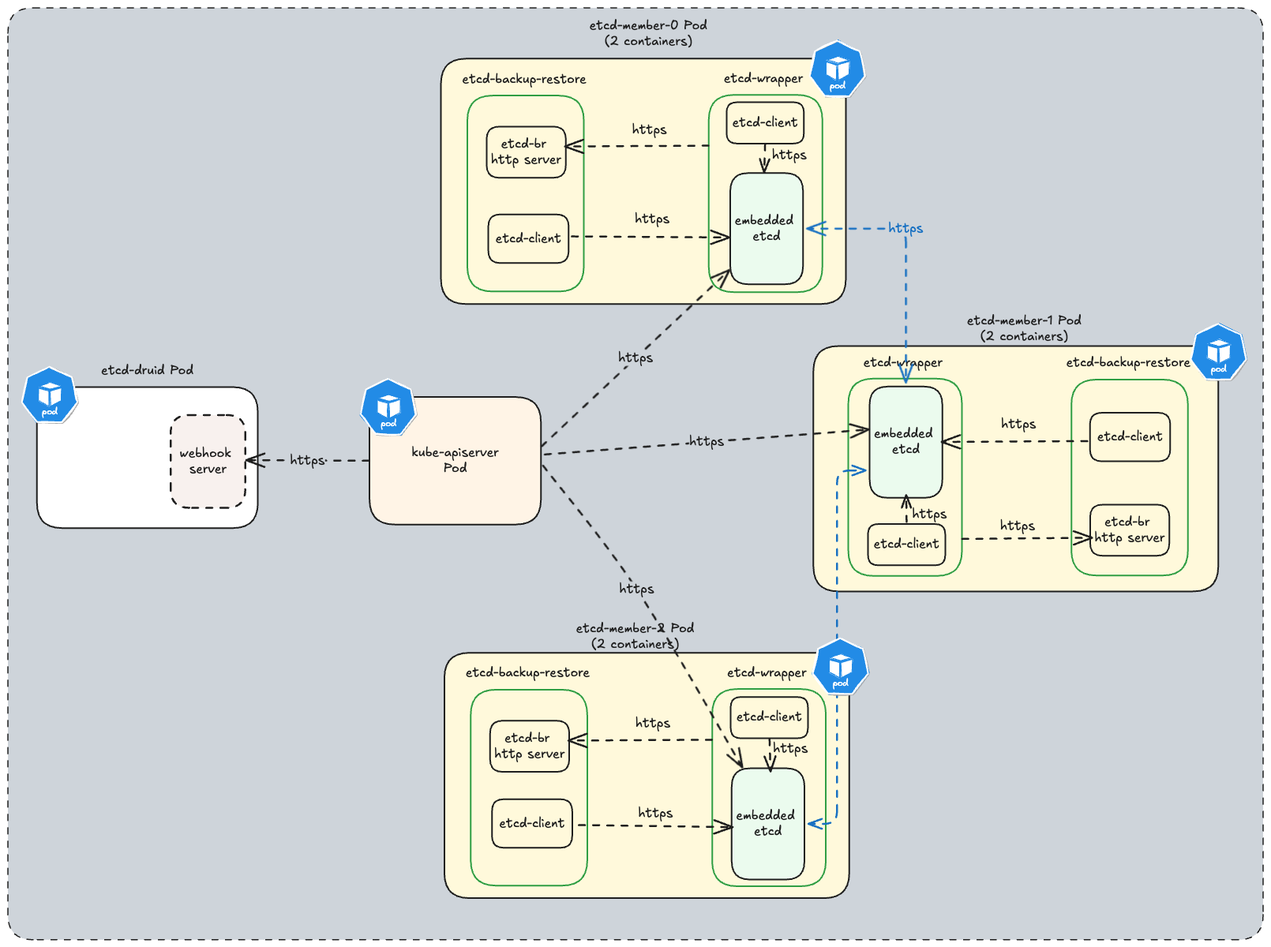
gardener/etcd-druid keeps this Excalidraw diagram as docs/assets/images/tls-communication-lines.excalidraw.png. Above is the earlier version. Source tidied: one line per element, renumbered; positions are measured from the earlier drawing's top-left corner, leaving out a move shared by most shapes.
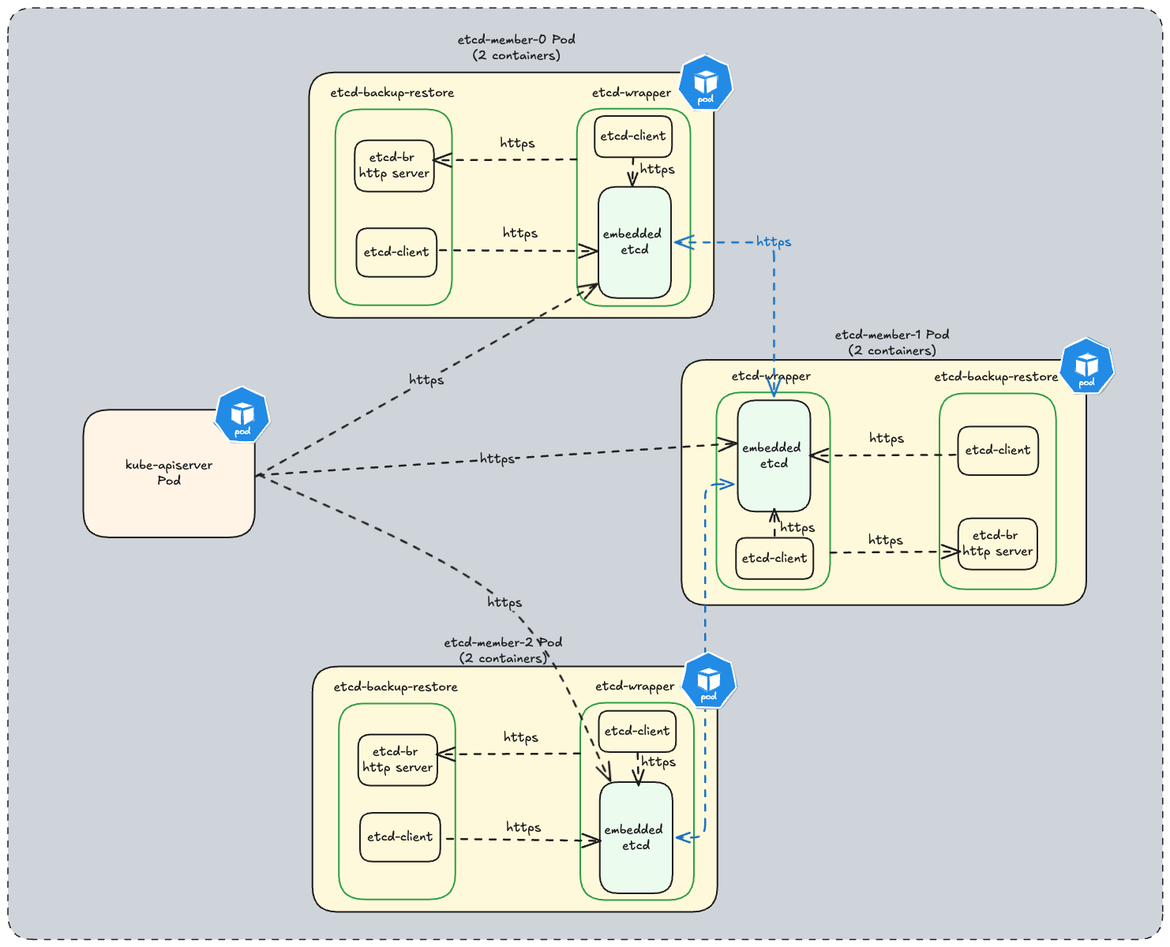
The same diagram one commit later.

Change to the diagram source:
```diff
@@ -1,4 +1,4 @@
-{"id": 0, "type": "rectangle", "strokeColor": "#1e1e1e", "backgroundColor": "#ced4da", "fillStyle": "solid", "strokeWidth": 1, "strokeStyle": "dashed", "roughness": 0, "round": true, "x": 0, "y": 0, "width": 1590, "height": 1181}
+{"id": 0, "type": "rectangle", "strokeColor": "#1e1e1e", "backgroundColor": "#ced4da", "fillStyle": "solid", "strokeWidth": 1, "strokeStyle": "dashed", "roughness": 0, "round": true, "x": 167, "y": -17, "width": 1463, "height": 1180}
 {"id": 1, "type": "rectangle", "strokeColor": "#1e1e1e", "backgroundColor": "#fff9db", "fillStyle": "solid", "strokeWidth": 2, "roughness": 0, "round": true, "x": 549, "y": 64, "width": 513, "height": 311}
 {"id": 2, "type": "rectangle", "strokeColor": "#2f9e44", "strokeWidth": 2, "roughness": 0, "round": true, "x": 582, "y": 111, "width": 148, "height": 248}
 {"id": 3, "type": "rectangle", "strokeColor": "#2f9e44", "strokeWidth": 2, "roughness": 0, "round": true, "x": 888, "y": 110, "width": 144, "height": 250}
@@ -39,23 +39,17 @@
 {"id": 38, "type": "text", "text": "https", "strokeColor": "#1e1e1e", "strokeWidth": 2, "roughness": 0, "fontSize": 16, "fontFamily": 5, "x": 795, "y": 897, "width": 45, "height": 20}
 {"id": 39, "type": "text", "text": "https", "strokeColor": "#1e1e1e", "strokeWidth": 2, "roughness": 0, "fontSize": 16, "fontFamily": 5, "x": 799, "y": 1011, "width": 45, "height": 20}
 {"id": 40, "type": "text", "text": "etcd-member-2 Pod\n(2 containers)", "strokeColor": "#1e1e1e", "strokeWidth": 2, "roughness": 0, "fontSize": 16, "fontFamily": 5, "textAlign": "center", "x": 720, "y": 777, "width": 150, "height": 40}
-{"id": 41, "type": "rectangle", "strokeColor": "#1e1e1e", "backgroundColor": "#fff4e6", "fillStyle": "solid", "strokeWidth": 2, "roughness": 0, "round": true, "x": 458, "y": 493, "width": 217, "height": 162}
+{"id": 41, "type": "rectangle", "strokeColor": "#1e1e1e", "backgroundColor": "#fff4e6", "fillStyle": "solid", "strokeWidth": 2, "roughness": 0, "round": true, "x": 263, "y": 492, "width": 217, "height": 162}
-{"id": 42, "type": "text", "text": "kube-apiserver\nPod", "strokeColor": "#1e1e1e", "backgroundColor": "#ffec99", "fillStyle": "solid", "strokeWidth": 2, "roughness": 0, "fontSize": 16, "fontFamily": 5, "textAlign": "center", "verticalAlign": "middle", "inside": 41, "x": 511, "y": 554, "width": 111, "height": 40}
+{"id": 42, "type": "text", "text": "kube-apiserver\nPod", "strokeColor": "#1e1e1e", "backgroundColor": "#ffec99", "fillStyle": "solid", "strokeWidth": 2, "roughness": 0, "fontSize": 16, "fontFamily": 5, "textAlign": "center", "verticalAlign": "middle", "inside": 41, "x": 316, "y": 553, "width": 111, "height": 40}
-{"id": 43, "type": "rectangle", "strokeColor": "#1e1e1e", "backgroundColor": "#ffffff", "fillStyle": "solid", "strokeWidth": 2, "roughness": 0, "round": true, "x": 37, "y": 481, "width": 280, "height": 179}
-{"id": 44, "type": "arrow", "strokeColor": "#1e1e1e", "backgroundColor": "#99e9f2", "fillStyle": "hachure", "strokeWidth": 2, "strokeStyle": "dashed", "roughness": 0, "endArrowhead": "arrow", "round": true, "from": 41, "to": 6, "x": 676, "y": 555, "width": 238, "height": 223, "points": [[0, 0], [238, -223]]}
+{"id": 44, "type": "arrow", "strokeColor": "#1e1e1e", "backgroundColor": "#99e9f2", "fillStyle": "hachure", "strokeWidth": 2, "strokeStyle": "dashed", "roughness": 0, "endArrowhead": "arrow", "round": true, "from": 41, "to": 6, "x": 481, "y": 576, "width": 433, "height": 244, "points": [[0, 0], [433, -244]]}
 {"id": 45, "type": "text", "text": "https", "strokeColor": "#1e1e1e", "backgroundColor": "#99e9f2", "fillStyle": "hachure", "strokeWidth": 2, "strokeStyle": "dashed", "roughness": 0, "fontSize": 16, "fontFamily": 5, "textAlign": "center", "verticalAlign": "middle", "inside": 44, "x": 747, "y": 408, "width": 45, "height": 20}
-{"id": 46, "type": "arrow", "strokeColor": "#1e1e1e", "backgroundColor": "#99e9f2", "fillStyle": "hachure", "strokeWidth": 2, "strokeStyle": "dashed", "roughness": 0, "endArrowhead": "arrow", "round": true, "from": 41, "to": 32, "x": 678, "y": 580, "width": 253, "height": 383, "points": [[0, 0], [119, 157], [253, 383]]}
+{"id": 46, "type": "arrow", "strokeColor": "#1e1e1e", "backgroundColor": "#99e9f2", "fillStyle": "hachure", "strokeWidth": 2, "strokeStyle": "dashed", "roughness": 0, "endArrowhead": "arrow", "round": true, "from": 41, "to": 32, "x": 485, "y": 574, "width": 445, "height": 388, "points": [[0, 0], [311, 163], [445, 388]]}
 {"id": 47, "type": "text", "text": "https", "strokeColor": "#1e1e1e", "backgroundColor": "#99e9f2", "fillStyle": "hachure", "strokeWidth": 2, "strokeStyle": "dashed", "roughness": 0, "fontSize": 16, "fontFamily": 5, "textAlign": "center", "verticalAlign": "middle", "inside": 46, "x": 770, "y": 730, "width": 45, "height": 20}
-{"id": 48, "type": "arrow", "strokeColor": "#1e1e1e", "backgroundColor": "#99e9f2", "fillStyle": "hachure", "strokeWidth": 2, "strokeStyle": "dashed", "roughness": 0, "endArrowhead": "arrow", "round": true, "from": 41, "to": 21, "x": 680, "y": 566, "width": 411, "height": 32, "points": [[0, 0], [411, -32]]}
+{"id": 48, "type": "arrow", "strokeColor": "#1e1e1e", "backgroundColor": "#99e9f2", "fillStyle": "hachure", "strokeWidth": 2, "strokeStyle": "dashed", "roughness": 0, "endArrowhead": "arrow", "round": true, "from": 41, "to": 21, "x": 484, "y": 575, "width": 607, "height": 40, "points": [[0, 0], [607, -40]]}
 {"id": 49, "type": "text", "text": "https", "strokeColor": "#1e1e1e", "backgroundColor": "#99e9f2", "fillStyle": "hachure", "strokeWidth": 2, "strokeStyle": "dashed", "roughness": 0, "fontSize": 16, "fontFamily": 5, "textAlign": "center", "verticalAlign": "middle", "inside": 48, "x": 835, "y": 550, "width": 45, "height": 20}
 {"id": 50, "type": "arrow", "strokeColor": "#1971c2", "backgroundColor": "#99e9f2", "fillStyle": "hachure", "strokeWidth": 2, "strokeStyle": "dashed", "roughness": 0, "startArrowhead": "arrow", "endArrowhead": "arrow", "from": 6, "x": 1012, "y": 280, "width": 125, "height": 195, "points": [[0, 0], [125, 0], [125, 195]]}
 {"id": 51, "type": "text", "text": "https", "strokeColor": "#1971c2", "backgroundColor": "#99e9f2", "fillStyle": "hachure", "strokeWidth": 2, "strokeStyle": "dashed", "roughness": 0, "fontSize": 16, "fontFamily": 5, "textAlign": "center", "verticalAlign": "middle", "inside": 50, "x": 1114, "y": 260, "width": 45, "height": 20}
 {"id": 52, "type": "arrow", "strokeColor": "#1971c2", "backgroundColor": "#99e9f2", "fillStyle": "hachure", "strokeWidth": 2, "strokeStyle": "dashed", "roughness": 0, "startArrowhead": "arrow", "endArrowhead": "arrow", "from": 32, "to": 21, "x": 1014, "y": 1034, "width": 73, "height": 448, "points": [[0, 0], [36, 0], [36, -448], [73, -448]]}
-{"id": 53, "type": "rectangle", "strokeColor": "#1e1e1e", "backgroundColor": "#f8f1ee", "fillStyle": "solid", "strokeWidth": 2, "strokeStyle": "dashed", "roughness": 0, "round": true, "x": 206, "y": 516, "width": 95, "height": 118}
-{"id": 54, "type": "text", "text": "webhook \nserver", "strokeColor": "#1e1e1e", "backgroundColor": "#b2f2bb", "fillStyle": "hachure", "strokeWidth": 2, "strokeStyle": "dashed", "roughness": 0, "fontSize": 16, "fontFamily": 5, "textAlign": "center", "verticalAlign": "middle", "inside": 53, "x": 218, "y": 555, "width": 72, "height": 40}
-{"id": 55, "type": "text", "text": "etcd-druid Pod", "strokeColor": "#1e1e1e", "backgroundColor": "#b2f2bb", "fillStyle": "hachure", "strokeWidth": 2, "strokeStyle": "dashed", "roughness": 0, "fontSize": 16, "fontFamily": 5, "x": 118, "y": 450, "width": 117, "height": 20}
-{"id": 56, "type": "arrow", "strokeColor": "#1e1e1e", "backgroundColor": "#b2f2bb", "fillStyle": "hachure", "strokeWidth": 2, "strokeStyle": "dashed", "roughness": 0, "endArrowhead": "arrow", "from": 41, "to": 53, "x": 457, "y": 574, "width": 156, "height": 1, "points": [[0, 0], [-156, -1]]}
-{"id": 57, "type": "text", "text": "https", "strokeColor": "#1e1e1e", "backgroundColor": "#b2f2bb", "fillStyle": "hachure", "strokeWidth": 2, "strokeStyle": "dashed", "roughness": 0, "fontSize": 16, "fontFamily": 5, "textAlign": "center", "verticalAlign": "middle", "inside": 56, "x": 304, "y": 542, "width": 45, "height": 20}
 {"id": 58, "type": "rectangle", "strokeColor": "#1e1e1e", "strokeWidth": 2, "roughness": 0, "round": true, "x": 609, "y": 262, "width": 102, "height": 62}
 {"id": 59, "type": "text", "text": "etcd-client", "strokeColor": "#1e1e1e", "strokeWidth": 2, "strokeStyle": "dashed", "roughness": 0, "fontSize": 16, "fontFamily": 5, "textAlign": "center", "verticalAlign": "middle", "inside": 58, "x": 618, "y": 283, "width": 83, "height": 20}
 {"id": 60, "type": "rectangle", "strokeColor": "#1e1e1e", "strokeWidth": 2, "roughness": 0, "round": true, "x": 910, "y": 120, "width": 98, "height": 52}
@@ -94,15 +88,9 @@
 {"id": 93, "type": "line", "strokeColor": "#228be6", "backgroundColor": "#fff", "fillStyle": "solid", "strokeWidth": 1, "roughness": 1, "x": 1070, "y": 825, "width": 15, "height": 24, "points": [[0, 0], [-15, 4], [-14, 24], [-1, 17], [0, 0]]}
 {"id": 94, "type": "line", "strokeColor": "#228be6", "backgroundColor": "#fff", "fillStyle": "solid", "strokeWidth": 1, "roughness": 1, "x": 1041, "y": 823, "width": 28, "height": 9, "points": [[0, 0], [14, 4], [28, 0], [14, -5], [0, 0]]}
 {"id": 95, "type": "text", "text": "pod", "strokeColor": "#fff", "strokeWidth": 2, "roughness": 1, "fontSize": 12.19, "fontFamily": 1, "textAlign": "center", "x": 1045, "y": 848, "width": 20, "height": 15}
-{"id": 96, "type": "line", "strokeColor": "#aaa", "strokeWidth": 2, "roughness": 1, "x": 483, "y": 471, "width": 70, "height": 70, "points": [[0, 0], [-28, 14], [-35, 45], [-16, 70], [16, 70], [35, 45], [29, 13], [0, 0]]}
+{"id": 96, "type": "line", "strokeColor": "#aaa", "strokeWidth": 2, "roughness": 1, "x": 465, "y": 463, "width": 70, "height": 70, "points": [[0, 0], [-28, 14], [-35, 45], [-16, 70], [16, 70], [35, 45], [29, 13], [0, 0]]}
-{"id": 97, "type": "line", "strokeColor": "#fff", "backgroundColor": "#228be6", "fillStyle": "solid", "strokeWidth": 2, "roughness": 1, "x": 482, "y": 470, "width": 70, "height": 70, "points": [[0, 0], [-28, 14], [-35, 45], [-16, 70], [16, 70], [35, 45], [29, 13], [0, 0]]}
+{"id": 97, "type": "line", "strokeColor": "#fff", "backgroundColor": "#228be6", "fillStyle": "solid", "strokeWidth": 2, "roughness": 1, "x": 464, "y": 462, "width": 70, "height": 70, "points": [[0, 0], [-28, 14], [-35, 45], [-16, 70], [16, 70], [35, 45], [29, 13], [0, 0]]}
-{"id": 98, "type": "line", "strokeColor": "#228be6", "backgroundColor": "#fff", "fillStyle": "solid", "strokeWidth": 1, "roughness": 1, "x": 468, "y": 496, "width": 13, "height": 24, "points": [[0, 0], [0, 16], [13, 24], [13, 5], [2, 1]]}
+{"id": 98, "type": "line", "strokeColor": "#228be6", "backgroundColor": "#fff", "fillStyle": "solid", "strokeWidth": 1, "roughness": 1, "x": 450, "y": 488, "width": 13, "height": 24, "points": [[0, 0], [0, 16], [13, 24], [13, 5], [2, 1]]}
-{"id": 99, "type": "line", "strokeColor": "#228be6", "backgroundColor": "#fff", "fillStyle": "solid", "strokeWidth": 1, "roughness": 1, "x": 497, "y": 496, "width": 15, "height": 24, "points": [[0, 0], [-15, 4], [-14, 24], [-1, 17], [0, 0]]}
+{"id": 99, "type": "line", "strokeColor": "#228be6", "backgroundColor": "#fff", "fillStyle": "solid", "strokeWidth": 1, "roughness": 1, "x": 479, "y": 488, "width": 15, "height": 24, "points": [[0, 0], [-15, 4], [-14, 24], [-1, 17], [0, 0]]}
-{"id": 100, "type": "line", "strokeColor": "#228be6", "backgroundColor": "#fff", "fillStyle": "solid", "strokeWidth": 1, "roughness": 1, "x": 469, "y": 494, "width": 28, "height": 9, "points": [[0, 0], [14, 4], [28, 0], [14, -5], [0, 0]]}
+{"id": 100, "type": "line", "strokeColor": "#228be6", "backgroundColor": "#fff", "fillStyle": "solid", "strokeWidth": 1, "roughness": 1, "x": 451, "y": 486, "width": 28, "height": 9, "points": [[0, 0], [14, 4], [28, 0], [14, -5], [0, 0]]}
-{"id": 101, "type": "text", "text": "pod", "strokeColor": "#fff", "strokeWidth": 2, "roughness": 1, "fontSize": 12.19, "fontFamily": 1, "textAlign": "center", "x": 473, "y": 520, "width": 20, "height": 15}
+{"id": 101, "type": "text", "text": "pod", "strokeColor": "#fff", "strokeWidth": 2, "roughness": 1, "fontSize": 12.19, "fontFamily": 1, "textAlign": "center", "x": 455, "y": 511, "width": 20, "height": 15}
-{"id": 102, "type": "line", "strokeColor": "#aaa", "strokeWidth": 2, "roughness": 1, "x": 53, "y": 456, "width": 70, "height": 70, "points": [[0, 0], [-28, 14], [-35, 45], [-16, 70], [16, 70], [35, 45], [29, 13], [0, 0]]}
-{"id": 103, "type": "line", "strokeColor": "#fff", "backgroundColor": "#228be6", "fillStyle": "solid", "strokeWidth": 2, "roughness": 1, "x": 53, "y": 455, "width": 70, "height": 70, "points": [[0, 0], [-28, 14], [-35, 45], [-16, 70], [16, 70], [35, 45], [29, 13], [0, 0]]}
-{"id": 104, "type": "line", "strokeColor": "#228be6", "backgroundColor": "#fff", "fillStyle": "solid", "strokeWidth": 1, "roughness": 1, "x": 39, "y": 481, "width": 13, "height": 24, "points": [[0, 0], [0, 16], [13, 24], [13, 5], [2, 1]]}
-{"id": 105, "type": "line", "strokeColor": "#228be6", "backgroundColor": "#fff", "fillStyle": "solid", "strokeWidth": 1, "roughness": 1, "x": 68, "y": 481, "width": 15, "height": 24, "points": [[0, 0], [-15, 4], [-14, 24], [-1, 17], [0, 0]]}
-{"id": 106, "type": "line", "strokeColor": "#228be6", "backgroundColor": "#fff", "fillStyle": "solid", "strokeWidth": 1, "roughness": 1, "x": 40, "y": 479, "width": 28, "height": 9, "points": [[0, 0], [14, 4], [28, 0], [14, -5], [0, 0]]}
-{"id": 107, "type": "text", "text": "pod", "strokeColor": "#fff", "strokeWidth": 2, "roughness": 1, "fontSize": 12.19, "fontFamily": 1, "textAlign": "center", "x": 43, "y": 504, "width": 20, "height": 15}
```
